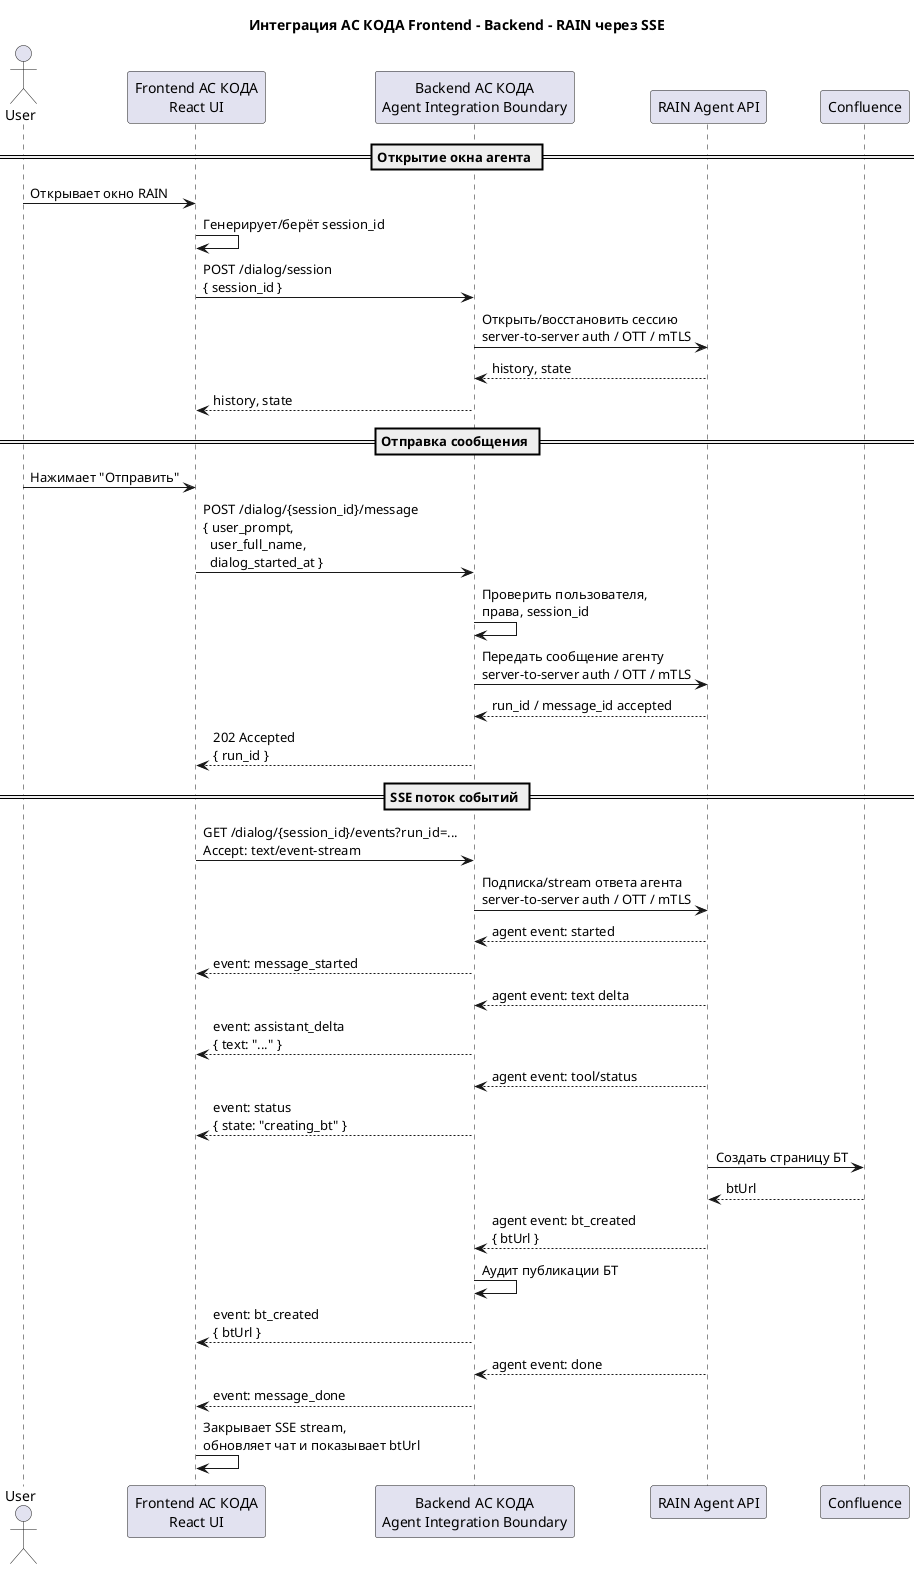
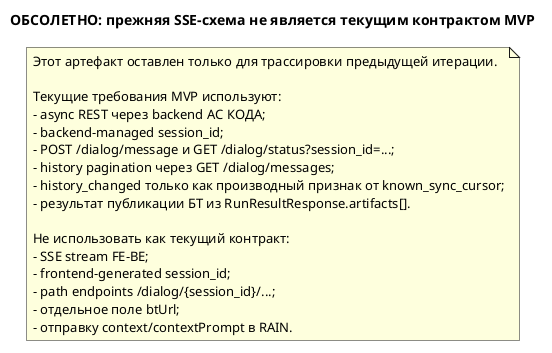
@startuml
- title Интеграция АС КОДА Frontend - Backend - RAIN через SSE
+ title ОБСОЛЕТНО: прежняя SSE-схема не является текущим контрактом MVP

- actor User as U
- participant "Frontend АС КОДА\nReact UI" as FE
- participant "Backend АС КОДА\nAgent Integration Boundary" as BE
- participant "RAIN Agent API" as RAIN
- participant "Confluence" as CONF
+ note as N
+ Этот артефакт оставлен только для трассировки предыдущей итерации.

- == Открытие окна агента ==
+ Текущие требования MVP используют:
+ - async REST через backend АС КОДА;
+ - backend-managed session_id;
+ - POST /dialog/message и GET /dialog/status?session_id=...;
+ - history pagination через GET /dialog/messages;
+ - history_changed только как производный признак от known_sync_cursor;
+ - результат публикации БТ из RunResultResponse.artifacts[].

- U -> FE: Открывает окно RAIN
- FE -> FE: Генерирует/берёт session_id
- FE -> BE: POST /dialog/session\n{ session_id }
- BE -> RAIN: Открыть/восстановить сессию\nserver-to-server auth / OTT / mTLS
- RAIN --> BE: history, state
- BE --> FE: history, state
- 
- == Отправка сообщения ==
- 
- U -> FE: Нажимает "Отправить"
- FE -> BE: POST /dialog/{session_id}/message\n{ user_prompt,\n  user_full_name,\n  dialog_started_at }
- BE -> BE: Проверить пользователя,\nправа, session_id
- BE -> RAIN: Передать сообщение агенту\nserver-to-server auth / OTT / mTLS
- RAIN --> BE: run_id / message_id accepted
- BE --> FE: 202 Accepted\n{ run_id }
- 
- == SSE поток событий ==
- 
- FE -> BE: GET /dialog/{session_id}/events?run_id=...\nAccept: text/event-stream
- BE -> RAIN: Подписка/stream ответа агента\nserver-to-server auth / OTT / mTLS
- 
- RAIN --> BE: agent event: started
- BE --> FE: event: message_started
- 
- RAIN --> BE: agent event: text delta
- BE --> FE: event: assistant_delta\n{ text: "..." }
- 
- RAIN --> BE: agent event: tool/status
- BE --> FE: event: status\n{ state: "creating_bt" }
- 
- RAIN -> CONF: Создать страницу БТ
- CONF --> RAIN: btUrl
- 
- RAIN --> BE: agent event: bt_created\n{ btUrl }
- BE -> BE: Аудит публикации БТ
- BE --> FE: event: bt_created\n{ btUrl }
- 
- RAIN --> BE: agent event: done
- BE --> FE: event: message_done
- 
- FE -> FE: Закрывает SSE stream,\nобновляет чат и показывает btUrl
+ Не использовать как текущий контракт:
+ - SSE stream FE-BE;
+ - frontend-generated session_id;
+ - path endpoints /dialog/{session_id}/...;
+ - отдельное поле btUrl;
+ - отправку context/contextPrompt в RAIN.
+ end note

@enduml
